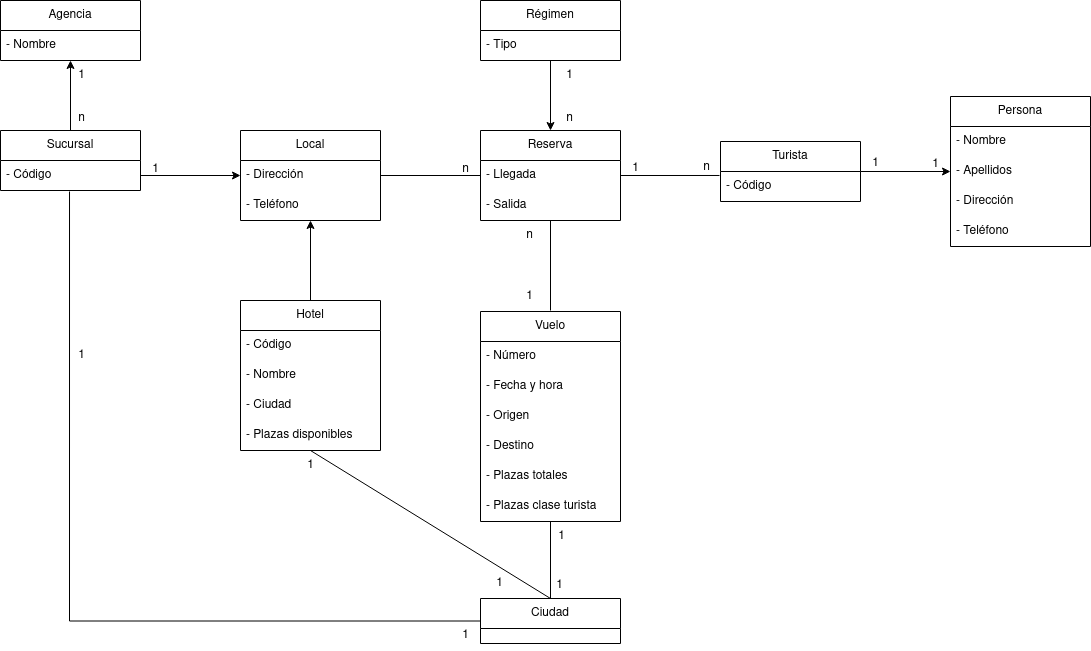
Before: Tema 5. Diagramas de clase/Tarea 2. Agencia viajes/img/AgenciaViajes.drawio.png, a diagram exported from draw.io (colidom/ets). Source tidied: cells renumbered, new cells last; positions are measured from the earlier drawing's top-left corner, leaving out a move shared by most shapes.
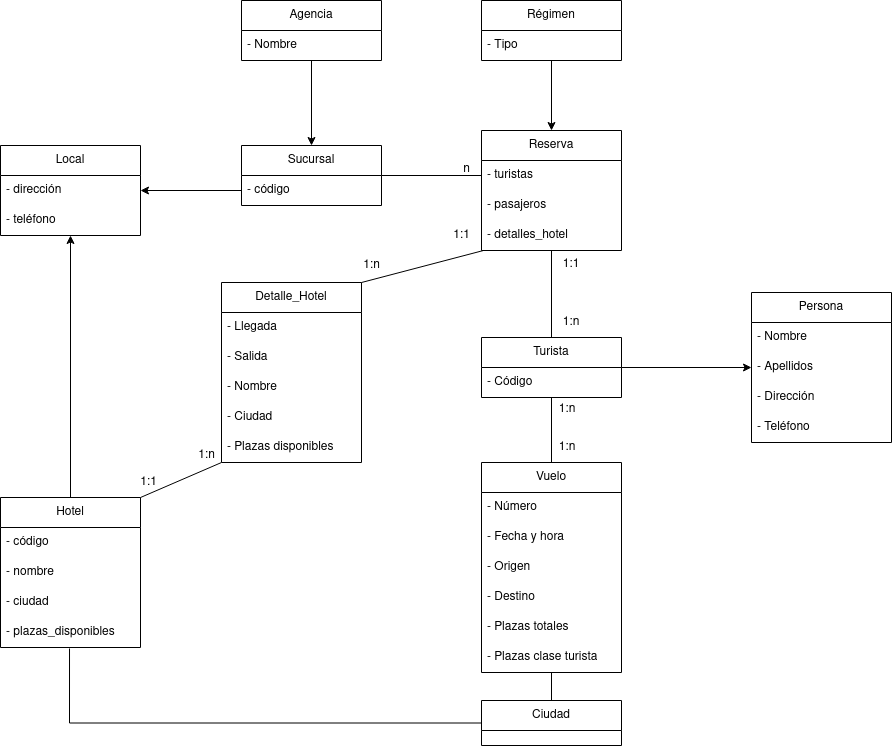
Later version of the same file.

What changed in the source:
```diff
@@ -4,9 +4,6 @@
     <mxCell id="1" parent="0" />
-    <mxCell id="2" style="edgeStyle=orthogonalEdgeStyle;rounded=0;jettySize=auto;html=1;startArrow=none;startFill=0;endArrow=none;endFill=0;entryX=0;entryY=0.5;entryDx=0;entryDy=0;exitX=0.493;exitY=1.033;exitDx=0;exitDy=0;exitPerimeter=0;" parent="1" edge="1" source="4" target="41">
-      <mxGeometry relative="1" as="geometry" />
-    </mxCell>
     <mxCell id="3" value="&lt;div&gt;Sucursal&lt;/div&gt;" style="swimlane;fontStyle=0;horizontal=1;startSize=30;whiteSpace=wrap;html=1;" parent="1" vertex="1">
-      <mxGeometry y="130" width="140" height="60" as="geometry" />
+      <mxGeometry x="240" y="145" width="140" height="60" as="geometry" />
     </mxCell>
-    <mxCell id="4" value="- Código" style="text;strokeColor=none;fillColor=none;align=left;verticalAlign=middle;spacingLeft=4;spacingRight=4;overflow=hidden;points=[[0,0.5],[1,0.5]];portConstraint=eastwest;whiteSpace=wrap;html=1;" parent="3" vertex="1">
+    <mxCell id="4" value="- código" style="text;strokeColor=none;fillColor=none;align=left;verticalAlign=middle;spacingLeft=4;spacingRight=4;overflow=hidden;points=[[0,0.5],[1,0.5]];portConstraint=eastwest;whiteSpace=wrap;html=1;" parent="3" vertex="1">
       <mxGeometry y="30" width="140" height="30" as="geometry" />
@@ -14,3 +11,3 @@
     <mxCell id="5" value="&lt;div&gt;Persona&lt;/div&gt;" style="swimlane;fontStyle=0;horizontal=1;startSize=30;whiteSpace=wrap;html=1;" parent="1" vertex="1">
-      <mxGeometry x="950" y="96" width="140" height="150" as="geometry" />
+      <mxGeometry x="750" y="292" width="140" height="150" as="geometry" />
     </mxCell>
@@ -28,8 +25,2 @@
     </mxCell>
-    <mxCell id="10" value="Turista" style="swimlane;fontStyle=0;horizontal=1;startSize=30;whiteSpace=wrap;html=1;" parent="1" vertex="1">
-      <mxGeometry x="720" y="141" width="140" height="60" as="geometry" />
-    </mxCell>
-    <mxCell id="11" value="- Código" style="text;strokeColor=none;fillColor=none;align=left;verticalAlign=middle;spacingLeft=4;spacingRight=4;overflow=hidden;points=[[0,0.5],[1,0.5]];portConstraint=eastwest;whiteSpace=wrap;html=1;" parent="10" vertex="1">
-      <mxGeometry y="30" width="140" height="30" as="geometry" />
-    </mxCell>
     <mxCell id="12" style="edgeStyle=orthogonalEdgeStyle;rounded=0;jettySize=auto;html=1;entryX=1;entryY=0.5;entryDx=0;entryDy=0;endArrow=none;endFill=0;startArrow=classic;startFill=1;" parent="1" edge="1" source="7" target="10">
@@ -38,11 +29,11 @@
     <mxCell id="13" value="Local" style="swimlane;fontStyle=0;horizontal=1;startSize=30;whiteSpace=wrap;html=1;" parent="1" vertex="1">
-      <mxGeometry x="240" y="130" width="140" height="90" as="geometry" />
+      <mxGeometry x="-1" y="145" width="140" height="90" as="geometry" />
     </mxCell>
-    <mxCell id="14" value="- Dirección" style="text;strokeColor=none;fillColor=none;align=left;verticalAlign=middle;spacingLeft=4;spacingRight=4;overflow=hidden;points=[[0,0.5],[1,0.5]];portConstraint=eastwest;whiteSpace=wrap;html=1;" parent="13" vertex="1">
+    <mxCell id="14" value="- dirección" style="text;strokeColor=none;fillColor=none;align=left;verticalAlign=middle;spacingLeft=4;spacingRight=4;overflow=hidden;points=[[0,0.5],[1,0.5]];portConstraint=eastwest;whiteSpace=wrap;html=1;" parent="13" vertex="1">
       <mxGeometry y="30" width="140" height="30" as="geometry" />
     </mxCell>
-    <mxCell id="15" value="- Teléfono" style="text;strokeColor=none;fillColor=none;align=left;verticalAlign=middle;spacingLeft=4;spacingRight=4;overflow=hidden;whiteSpace=wrap;html=1;" parent="13" vertex="1">
+    <mxCell id="15" value="- teléfono" style="text;strokeColor=none;fillColor=none;align=left;verticalAlign=middle;spacingLeft=4;spacingRight=4;overflow=hidden;whiteSpace=wrap;html=1;" parent="13" vertex="1">
       <mxGeometry y="60" width="140" height="30" as="geometry" />
     </mxCell>
-    <mxCell id="16" style="edgeStyle=orthogonalEdgeStyle;rounded=0;jettySize=auto;html=1;endArrow=none;endFill=0;" parent="1" edge="1" source="14">
+    <mxCell id="16" style="edgeStyle=orthogonalEdgeStyle;rounded=0;jettySize=auto;html=1;endArrow=none;endFill=0;exitX=1;exitY=0.5;exitDx=0;exitDy=0;" parent="1" edge="1" source="3">
       <mxGeometry relative="1" as="geometry">
@@ -51,10 +42,7 @@
     </mxCell>
-    <mxCell id="17" style="edgeStyle=orthogonalEdgeStyle;rounded=0;jettySize=auto;html=1;entryX=0;entryY=0.5;entryDx=0;entryDy=0;endArrow=classic;endFill=1;startArrow=none;startFill=0;" parent="1" edge="1" source="4" target="14">
+    <mxCell id="17" style="edgeStyle=orthogonalEdgeStyle;rounded=0;jettySize=auto;html=1;entryX=1;entryY=0.5;entryDx=0;entryDy=0;endArrow=classic;endFill=1;startArrow=none;startFill=0;" parent="1" edge="1" source="4" target="14">
       <mxGeometry relative="1" as="geometry" />
     </mxCell>
-    <mxCell id="18" style="edgeStyle=orthogonalEdgeStyle;rounded=0;jettySize=auto;html=1;endArrow=none;endFill=0;startArrow=classic;startFill=1;" parent="1" edge="1" source="19" target="3">
-      <mxGeometry relative="1" as="geometry" />
-    </mxCell>
     <mxCell id="19" value="Agencia" style="swimlane;fontStyle=0;horizontal=1;startSize=30;whiteSpace=wrap;html=1;" parent="1" vertex="1">
-      <mxGeometry width="140" height="60" as="geometry" />
+      <mxGeometry x="240" width="140" height="60" as="geometry" />
     </mxCell>
@@ -64,21 +52,16 @@
     <mxCell id="21" value="Hotel" style="swimlane;fontStyle=0;horizontal=1;startSize=30;whiteSpace=wrap;html=1;" parent="1" vertex="1">
-      <mxGeometry x="240" y="300" width="140" height="150" as="geometry" />
+      <mxGeometry x="-1" y="497" width="140" height="150" as="geometry" />
     </mxCell>
-    <mxCell id="22" value="- Código" style="text;strokeColor=none;fillColor=none;align=left;verticalAlign=middle;spacingLeft=4;spacingRight=4;overflow=hidden;whiteSpace=wrap;html=1;" parent="21" vertex="1">
+    <mxCell id="22" value="- código" style="text;strokeColor=none;fillColor=none;align=left;verticalAlign=middle;spacingLeft=4;spacingRight=4;overflow=hidden;whiteSpace=wrap;html=1;" parent="21" vertex="1">
       <mxGeometry y="30" width="140" height="30" as="geometry" />
     </mxCell>
-    <mxCell id="23" value="- Nombre" style="text;strokeColor=none;fillColor=none;align=left;verticalAlign=middle;spacingLeft=4;spacingRight=4;overflow=hidden;whiteSpace=wrap;html=1;" parent="21" vertex="1">
+    <mxCell id="23" value="- nombre" style="text;strokeColor=none;fillColor=none;align=left;verticalAlign=middle;spacingLeft=4;spacingRight=4;overflow=hidden;whiteSpace=wrap;html=1;" parent="21" vertex="1">
       <mxGeometry y="60" width="140" height="30" as="geometry" />
     </mxCell>
-    <mxCell id="24" value="- Ciudad" style="text;strokeColor=none;fillColor=none;align=left;verticalAlign=middle;spacingLeft=4;spacingRight=4;overflow=hidden;whiteSpace=wrap;html=1;" parent="21" vertex="1">
+    <mxCell id="24" value="- ciudad" style="text;strokeColor=none;fillColor=none;align=left;verticalAlign=middle;spacingLeft=4;spacingRight=4;overflow=hidden;whiteSpace=wrap;html=1;" parent="21" vertex="1">
       <mxGeometry y="90" width="140" height="30" as="geometry" />
     </mxCell>
-    <mxCell id="25" value="- Plazas disponibles" style="text;strokeColor=none;fillColor=none;align=left;verticalAlign=middle;spacingLeft=4;spacingRight=4;overflow=hidden;points=[[0,0.5],[1,0.5]];portConstraint=eastwest;whiteSpace=wrap;html=1;" parent="21" vertex="1">
+    <mxCell id="25" value="- plazas_disponibles" style="text;strokeColor=none;fillColor=none;align=left;verticalAlign=middle;spacingLeft=4;spacingRight=4;overflow=hidden;points=[[0,0.5],[1,0.5]];portConstraint=eastwest;whiteSpace=wrap;html=1;" parent="21" vertex="1">
       <mxGeometry y="120" width="140" height="30" as="geometry" />
     </mxCell>
-    <mxCell id="26" style="edgeStyle=orthogonalEdgeStyle;rounded=0;jettySize=auto;html=1;endArrow=none;endFill=0;" parent="1" edge="1" source="28">
-      <mxGeometry relative="1" as="geometry">
-        <mxPoint x="550" y="310" as="targetPoint" />
-      </mxGeometry>
-    </mxCell>
     <mxCell id="27" style="edgeStyle=none;rounded=0;jettySize=auto;html=1;startArrow=classic;startFill=1;endArrow=none;endFill=0;" parent="1" edge="1" source="28" target="55">
@@ -87,13 +70,13 @@
     <mxCell id="28" value="Reserva" style="swimlane;fontStyle=0;horizontal=1;startSize=30;whiteSpace=wrap;html=1;" parent="1" vertex="1">
-      <mxGeometry x="480" y="130" width="140" height="90" as="geometry" />
+      <mxGeometry x="480" y="130" width="140" height="120" as="geometry" />
     </mxCell>
-    <mxCell id="29" value="- Llegada&lt;span style=&quot;white-space: pre;&quot;&gt;&#9;&lt;/span&gt;" style="text;strokeColor=none;fillColor=none;align=left;verticalAlign=middle;spacingLeft=4;spacingRight=4;overflow=hidden;points=[[0,0.5],[1,0.5]];portConstraint=eastwest;whiteSpace=wrap;html=1;" parent="28" vertex="1">
-      <mxGeometry y="30" width="140" height="30" as="geometry" />
-    </mxCell>
-    <mxCell id="30" value="- Salida" style="text;strokeColor=none;fillColor=none;align=left;verticalAlign=middle;spacingLeft=4;spacingRight=4;overflow=hidden;whiteSpace=wrap;html=1;" parent="28" vertex="1">
-      <mxGeometry y="60" width="140" height="30" as="geometry" />
-    </mxCell>
-    <mxCell id="31" style="edgeStyle=orthogonalEdgeStyle;rounded=0;jettySize=auto;html=1;entryX=1;entryY=0.5;entryDx=0;entryDy=0;endArrow=none;endFill=0;startArrow=none;startFill=0;exitX=-0.007;exitY=0.133;exitDx=0;exitDy=0;exitPerimeter=0;" parent="1" edge="1" source="11" target="29">
-      <mxGeometry relative="1" as="geometry" />
-    </mxCell>
+    <mxCell id="63" value="- turistas" style="text;strokeColor=none;fillColor=none;align=left;verticalAlign=middle;spacingLeft=4;spacingRight=4;overflow=hidden;whiteSpace=wrap;html=1;" parent="28" vertex="1">
+      <mxGeometry y="30" width="140" height="30" as="geometry" />
+    </mxCell>
+    <mxCell id="64" value="- pasajeros" style="text;strokeColor=none;fillColor=none;align=left;verticalAlign=middle;spacingLeft=4;spacingRight=4;overflow=hidden;whiteSpace=wrap;html=1;" parent="28" vertex="1">
+      <mxGeometry y="60" width="140" height="30" as="geometry" />
+    </mxCell>
+    <mxCell id="65" value="- detalles_hotel" style="text;strokeColor=none;fillColor=none;align=left;verticalAlign=middle;spacingLeft=4;spacingRight=4;overflow=hidden;points=[[0,0.5],[1,0.5]];portConstraint=eastwest;whiteSpace=wrap;html=1;" parent="28" vertex="1">
+      <mxGeometry y="90" width="140" height="30" as="geometry" />
+    </mxCell>
     <mxCell id="32" style="edgeStyle=orthogonalEdgeStyle;rounded=0;jettySize=auto;html=1;startArrow=none;startFill=0;endArrow=none;endFill=0;entryX=0.5;entryY=0;entryDx=0;entryDy=0;exitX=0.5;exitY=1;exitDx=0;exitDy=0;" parent="1" edge="1" source="33" target="41">
@@ -102,3 +85,3 @@
     <mxCell id="33" value="Vuelo" style="swimlane;fontStyle=0;horizontal=1;startSize=30;whiteSpace=wrap;html=1;" parent="1" vertex="1">
-      <mxGeometry x="480" y="311" width="140" height="210" as="geometry" />
+      <mxGeometry x="480" y="462" width="140" height="210" as="geometry" />
     </mxCell>
@@ -122,9 +105,7 @@
     </mxCell>
-    <mxCell id="40" style="rounded=0;jettySize=auto;html=1;startArrow=none;startFill=0;endArrow=none;endFill=0;exitX=0.5;exitY=0;exitDx=0;exitDy=0;" parent="1" edge="1" source="41">
-      <mxGeometry relative="1" as="geometry">
-        <mxPoint x="310" y="450" as="targetPoint" />
-      </mxGeometry>
+    <mxCell id="40" style="rounded=0;jettySize=auto;html=1;startArrow=none;startFill=0;endArrow=none;endFill=0;exitX=0;exitY=0.5;exitDx=0;exitDy=0;edgeStyle=orthogonalEdgeStyle;entryX=0.493;entryY=1.033;entryDx=0;entryDy=0;entryPerimeter=0;" parent="1" edge="1" source="41" target="25">
+      <mxGeometry relative="1" as="geometry" />
     </mxCell>
     <mxCell id="41" value="Ciudad" style="swimlane;fontStyle=0;horizontal=1;startSize=30;whiteSpace=wrap;html=1;" parent="1" vertex="1">
-      <mxGeometry x="480" y="598" width="140" height="45" as="geometry" />
+      <mxGeometry x="480" y="700" width="140" height="45" as="geometry" />
     </mxCell>
@@ -133,35 +114,2 @@
     </mxCell>
-    <mxCell id="43" value="1" style="text;html=1;align=center;verticalAlign=middle;strokeColor=none;fillColor=none;" parent="1" vertex="1">
-      <mxGeometry x="66" y="60" width="30" height="30" as="geometry" />
-    </mxCell>
-    <mxCell id="44" value="n" style="text;html=1;align=center;verticalAlign=middle;strokeColor=none;fillColor=none;" parent="1" vertex="1">
-      <mxGeometry x="66" y="103" width="30" height="30" as="geometry" />
-    </mxCell>
-    <mxCell id="45" value="1" style="text;html=1;align=center;verticalAlign=middle;strokeColor=none;fillColor=none;" parent="1" vertex="1">
-      <mxGeometry x="450" y="620" width="30" height="30" as="geometry" />
-    </mxCell>
-    <mxCell id="46" value="1" style="text;html=1;align=center;verticalAlign=middle;strokeColor=none;fillColor=none;" parent="1" vertex="1">
-      <mxGeometry x="544" y="570" width="30" height="30" as="geometry" />
-    </mxCell>
-    <mxCell id="47" value="1" style="text;html=1;align=center;verticalAlign=middle;strokeColor=none;fillColor=none;" parent="1" vertex="1">
-      <mxGeometry x="546" y="521" width="30" height="30" as="geometry" />
-    </mxCell>
-    <mxCell id="48" value="1" style="text;html=1;align=center;verticalAlign=middle;strokeColor=none;fillColor=none;" parent="1" vertex="1">
-      <mxGeometry x="66" y="340" width="30" height="30" as="geometry" />
-    </mxCell>
-    <mxCell id="49" value="1" style="text;html=1;align=center;verticalAlign=middle;strokeColor=none;fillColor=none;" parent="1" vertex="1">
-      <mxGeometry x="295" y="450" width="30" height="30" as="geometry" />
-    </mxCell>
-    <mxCell id="50" value="1" style="text;html=1;align=center;verticalAlign=middle;strokeColor=none;fillColor=none;" parent="1" vertex="1">
-      <mxGeometry x="514" y="281" width="30" height="30" as="geometry" />
-    </mxCell>
-    <mxCell id="51" value="n" style="text;html=1;align=center;verticalAlign=middle;strokeColor=none;fillColor=none;" parent="1" vertex="1">
-      <mxGeometry x="514" y="220" width="30" height="30" as="geometry" />
-    </mxCell>
-    <mxCell id="52" value="1" style="text;html=1;align=center;verticalAlign=middle;strokeColor=none;fillColor=none;" parent="1" vertex="1">
-      <mxGeometry x="620" y="153" width="30" height="30" as="geometry" />
-    </mxCell>
-    <mxCell id="53" value="1" style="text;html=1;align=center;verticalAlign=middle;strokeColor=none;fillColor=none;" parent="1" vertex="1">
-      <mxGeometry x="140" y="154" width="30" height="30" as="geometry" />
-    </mxCell>
     <mxCell id="54" value="n" style="text;html=1;align=center;verticalAlign=middle;strokeColor=none;fillColor=none;" parent="1" vertex="1">
@@ -175,20 +123,65 @@
     </mxCell>
-    <mxCell id="57" value="n" style="text;html=1;align=center;verticalAlign=middle;strokeColor=none;fillColor=none;" parent="1" vertex="1">
-      <mxGeometry x="554" y="103" width="30" height="30" as="geometry" />
-    </mxCell>
-    <mxCell id="58" value="1" style="text;html=1;align=center;verticalAlign=middle;strokeColor=none;fillColor=none;" parent="1" vertex="1">
-      <mxGeometry x="554" y="60" width="30" height="30" as="geometry" />
-    </mxCell>
-    <mxCell id="59" value="1" style="text;html=1;align=center;verticalAlign=middle;strokeColor=none;fillColor=none;" parent="1" vertex="1">
-      <mxGeometry x="920" y="149" width="30" height="30" as="geometry" />
-    </mxCell>
-    <mxCell id="60" value="1" style="text;html=1;align=center;verticalAlign=middle;strokeColor=none;fillColor=none;" parent="1" vertex="1">
-      <mxGeometry x="484" y="568" width="30" height="30" as="geometry" />
-    </mxCell>
-    <mxCell id="61" value="n" style="text;html=1;align=center;verticalAlign=middle;strokeColor=none;fillColor=none;" parent="1" vertex="1">
-      <mxGeometry x="691" y="152" width="30" height="30" as="geometry" />
-    </mxCell>
-    <mxCell id="62" value="1" style="text;html=1;align=center;verticalAlign=middle;strokeColor=none;fillColor=none;" parent="1" vertex="1">
-      <mxGeometry x="860" y="148" width="30" height="30" as="geometry" />
-    </mxCell>
+    <mxCell id="66" style="edgeStyle=none;rounded=0;jettySize=auto;html=1;startArrow=classic;startFill=1;endArrow=none;endFill=0;exitX=0.5;exitY=0;exitDx=0;exitDy=0;entryX=0.5;entryY=1;entryDx=0;entryDy=0;" parent="1" edge="1" source="3" target="19">
+      <mxGeometry relative="1" as="geometry" />
+    </mxCell>
+    <mxCell id="10" value="Turista" style="swimlane;fontStyle=0;horizontal=1;startSize=30;whiteSpace=wrap;html=1;" parent="1" vertex="1">
+      <mxGeometry x="480" y="337" width="140" height="60" as="geometry" />
+    </mxCell>
+    <mxCell id="11" value="- Código" style="text;strokeColor=none;fillColor=none;align=left;verticalAlign=middle;spacingLeft=4;spacingRight=4;overflow=hidden;points=[[0,0.5],[1,0.5]];portConstraint=eastwest;whiteSpace=wrap;html=1;" parent="10" vertex="1">
+      <mxGeometry y="30" width="140" height="30" as="geometry" />
+    </mxCell>
+    <mxCell id="67" style="edgeStyle=none;rounded=0;jettySize=auto;html=1;startArrow=none;startFill=0;endArrow=none;endFill=0;exitX=0.5;exitY=0;exitDx=0;exitDy=0;entryX=0.5;entryY=1;entryDx=0;entryDy=0;" parent="1" edge="1" source="10" target="28">
+      <mxGeometry relative="1" as="geometry" />
+    </mxCell>
+    <mxCell id="68" style="edgeStyle=none;rounded=0;jettySize=auto;html=1;startArrow=none;startFill=0;endArrow=none;endFill=0;exitX=0.5;exitY=0;exitDx=0;exitDy=0;" parent="1" edge="1" source="33" target="11">
+      <mxGeometry relative="1" as="geometry" />
+    </mxCell>
+    <mxCell id="69" value="1:1" style="text;html=1;strokeColor=none;fillColor=none;align=center;verticalAlign=middle;whiteSpace=wrap;rounded=0;" parent="1" vertex="1">
+      <mxGeometry x="540" y="249" width="60" height="30" as="geometry" />
+    </mxCell>
+    <mxCell id="70" value="1:n" style="text;html=1;strokeColor=none;fillColor=none;align=center;verticalAlign=middle;whiteSpace=wrap;rounded=0;" parent="1" vertex="1">
+      <mxGeometry x="540" y="306" width="60" height="31" as="geometry" />
+    </mxCell>
+    <mxCell id="71" value="1:n" style="text;html=1;strokeColor=none;fillColor=none;align=center;verticalAlign=middle;whiteSpace=wrap;rounded=0;" parent="1" vertex="1">
+      <mxGeometry x="536" y="393" width="60" height="31" as="geometry" />
+    </mxCell>
+    <mxCell id="72" value="1:n" style="text;html=1;strokeColor=none;fillColor=none;align=center;verticalAlign=middle;whiteSpace=wrap;rounded=0;" parent="1" vertex="1">
+      <mxGeometry x="536" y="431" width="60" height="31" as="geometry" />
+    </mxCell>
+    <mxCell id="73" value="Detalle_Hotel" style="swimlane;fontStyle=0;horizontal=1;startSize=30;whiteSpace=wrap;html=1;" parent="1" vertex="1">
+      <mxGeometry x="220" y="282" width="140" height="180" as="geometry" />
+    </mxCell>
+    <mxCell id="29" value="- Llegada&lt;span style=&quot;white-space: pre;&quot;&gt;&#9;&lt;/span&gt;" style="text;strokeColor=none;fillColor=none;align=left;verticalAlign=middle;spacingLeft=4;spacingRight=4;overflow=hidden;points=[[0,0.5],[1,0.5]];portConstraint=eastwest;whiteSpace=wrap;html=1;" parent="73" vertex="1">
+      <mxGeometry y="30" width="140" height="30" as="geometry" />
+    </mxCell>
+    <mxCell id="30" value="- Salida" style="text;strokeColor=none;fillColor=none;align=left;verticalAlign=middle;spacingLeft=4;spacingRight=4;overflow=hidden;whiteSpace=wrap;html=1;" parent="73" vertex="1">
+      <mxGeometry y="60" width="140" height="30" as="geometry" />
+    </mxCell>
+    <mxCell id="74" value="- Nombre" style="text;strokeColor=none;fillColor=none;align=left;verticalAlign=middle;spacingLeft=4;spacingRight=4;overflow=hidden;whiteSpace=wrap;html=1;" parent="73" vertex="1">
+      <mxGeometry y="90" width="140" height="30" as="geometry" />
+    </mxCell>
+    <mxCell id="75" value="- Ciudad" style="text;strokeColor=none;fillColor=none;align=left;verticalAlign=middle;spacingLeft=4;spacingRight=4;overflow=hidden;whiteSpace=wrap;html=1;" parent="73" vertex="1">
+      <mxGeometry y="120" width="140" height="30" as="geometry" />
+    </mxCell>
+    <mxCell id="76" value="- Plazas disponibles" style="text;strokeColor=none;fillColor=none;align=left;verticalAlign=middle;spacingLeft=4;spacingRight=4;overflow=hidden;whiteSpace=wrap;html=1;" parent="73" vertex="1">
+      <mxGeometry y="150" width="140" height="30" as="geometry" />
+    </mxCell>
+    <mxCell id="77" style="endArrow=none;html=1;rounded=0;entryX=0.014;entryY=1;entryDx=0;entryDy=0;entryPerimeter=0;exitX=1;exitY=0;exitDx=0;exitDy=0;" parent="1" edge="1" source="73" target="65">
+      <mxGeometry relative="1" as="geometry" />
+    </mxCell>
+    <mxCell id="78" style="endArrow=none;html=1;rounded=0;entryX=0;entryY=1;entryDx=0;entryDy=0;exitX=1;exitY=0;exitDx=0;exitDy=0;" parent="1" edge="1" source="21" target="73">
+      <mxGeometry relative="1" as="geometry" />
+    </mxCell>
+    <mxCell id="79" value="1:n" style="text;html=1;align=center;verticalAlign=middle;strokeColor=none;fillColor=none;" parent="1" vertex="1">
+      <mxGeometry x="350" y="250" width="40" height="30" as="geometry" />
+    </mxCell>
+    <mxCell id="80" value="1:1" style="text;html=1;align=center;verticalAlign=middle;strokeColor=none;fillColor=none;" parent="1" vertex="1">
+      <mxGeometry x="440" y="220" width="40" height="30" as="geometry" />
+    </mxCell>
+    <mxCell id="81" value="1:n" style="text;html=1;align=center;verticalAlign=middle;strokeColor=none;fillColor=none;" parent="1" vertex="1">
+      <mxGeometry x="185" y="440" width="40" height="30" as="geometry" />
+    </mxCell>
+    <mxCell id="82" value="1:1" style="text;html=1;align=center;verticalAlign=middle;strokeColor=none;fillColor=none;" parent="1" vertex="1">
+      <mxGeometry x="127" y="467" width="40" height="30" as="geometry" />
+    </mxCell>
   </root>
```
